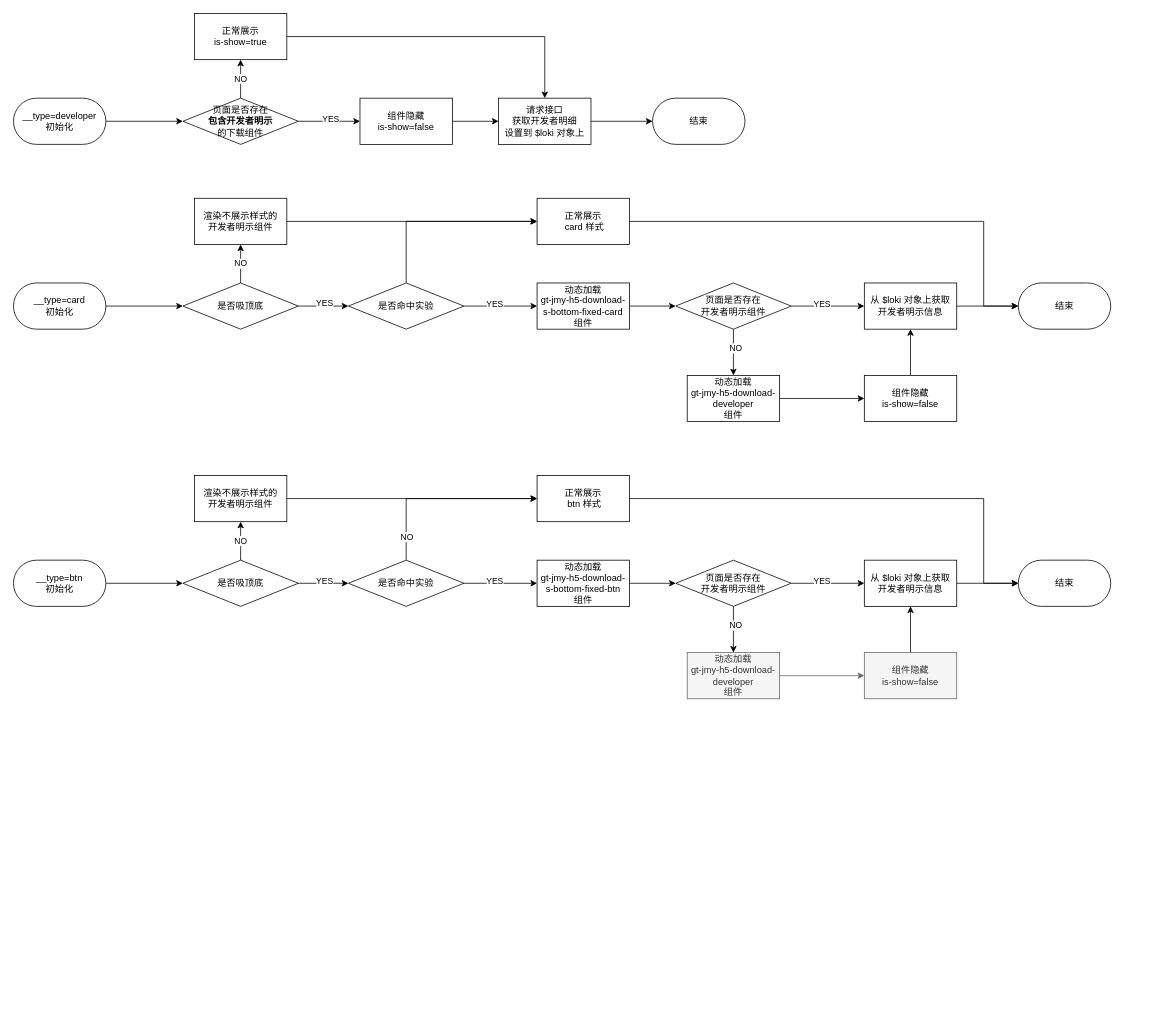
Earlier version of the draw.io diagram 下载吸底.drawio (qqqqqcy/processon). Source tidied: cells renumbered, new cells numbered last; positions are measured from the earlier drawing's top-left corner, leaving out a move shared by most shapes. Both pictures are drawn from the tidied source at 77%, with x=0, y=0 at pixel (13, 13).
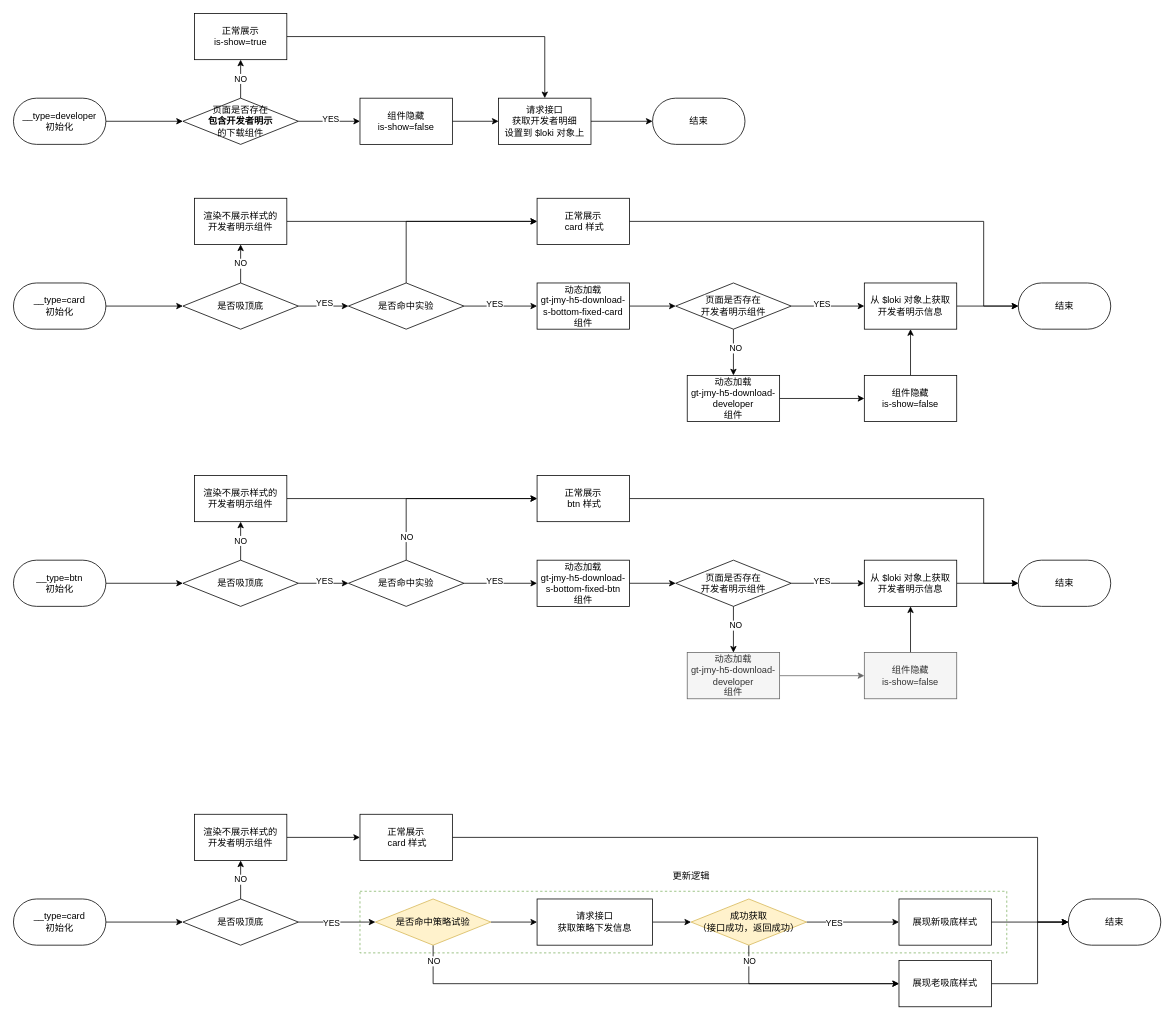
The same diagram, later.

Commit message:
更新新吸底卡片逻辑.drawio

The edit, as a diff of the source:
```diff
@@
+    <mxCell id="72" style="rounded=0;whiteSpace=wrap;html=1;fillColor=none;dashed=1;strokeColor=#82b366;" parent="1" vertex="1">
+      <mxGeometry x="450" y="1140" width="840" height="80" as="geometry" />
+    </mxCell>
@@
+    <mxCell id="73" style="edgeStyle=orthogonalEdgeStyle;rounded=0;jettySize=auto;html=1;" parent="1" edge="1" source="74" target="78">
+      <mxGeometry relative="1" as="geometry" />
+    </mxCell>
+    <mxCell id="74" value="__type=card&lt;br&gt;初始化" style="rounded=1;whiteSpace=wrap;html=1;arcSize=50;" parent="1" vertex="1">
+      <mxGeometry y="1150" width="120" height="60" as="geometry" />
+    </mxCell>
+    <mxCell id="75" value="NO&lt;br&gt;" style="edgeStyle=orthogonalEdgeStyle;rounded=0;jettySize=auto;html=1;" parent="1" edge="1" source="78" target="80">
+      <mxGeometry relative="1" as="geometry">
+        <Array as="points">
+          <mxPoint x="295" y="1090" />
+        </Array>
+      </mxGeometry>
+    </mxCell>
+    <mxCell id="76" style="edgeStyle=orthogonalEdgeStyle;rounded=0;jettySize=auto;html=1;entryX=0;entryY=0.5;entryDx=0;entryDy=0;fontColor=#000000;" parent="1" edge="1" source="78" target="84">
+      <mxGeometry relative="1" as="geometry" />
+    </mxCell>
+    <mxCell id="77" value="YES" style="edgeLabel;html=1;align=center;verticalAlign=middle;fontColor=#000000;" parent="76" vertex="1">
+      <mxGeometry x="-0.16" y="-1" relative="1" as="geometry" />
+    </mxCell>
+    <mxCell id="78" value="是否吸顶底&lt;span&gt;&lt;br&gt;&lt;/span&gt;" style="rhombus;whiteSpace=wrap;html=1;rounded=1;arcSize=0;" parent="1" vertex="1">
+      <mxGeometry x="220" y="1150" width="150" height="60" as="geometry" />
+    </mxCell>
+    <mxCell id="79" style="edgeStyle=orthogonalEdgeStyle;rounded=0;jettySize=auto;html=1;entryX=0;entryY=0.5;entryDx=0;entryDy=0;" parent="1" edge="1" source="80" target="88">
+      <mxGeometry relative="1" as="geometry" />
+    </mxCell>
+    <mxCell id="80" value="渲染不展示样式的&lt;br&gt;开发者明示组件" style="whiteSpace=wrap;html=1;rounded=1;arcSize=0;" parent="1" vertex="1">
+      <mxGeometry x="235" y="1040" width="120" height="60" as="geometry" />
+    </mxCell>
+    <mxCell id="81" style="edgeStyle=orthogonalEdgeStyle;rounded=0;jettySize=auto;html=1;" parent="1" edge="1" source="84" target="86">
+      <mxGeometry relative="1" as="geometry" />
+    </mxCell>
+    <mxCell id="82" style="edgeStyle=orthogonalEdgeStyle;rounded=0;jettySize=auto;html=1;entryX=0;entryY=0.5;entryDx=0;entryDy=0;fontColor=#000000;" parent="1" edge="1" source="84" target="97">
+      <mxGeometry relative="1" as="geometry">
+        <Array as="points">
+          <mxPoint x="545" y="1260" />
+        </Array>
+      </mxGeometry>
+    </mxCell>
+    <mxCell id="83" value="NO" style="edgeLabel;html=1;align=center;verticalAlign=middle;fontColor=#000000;" parent="82" vertex="1">
+      <mxGeometry x="-0.94" relative="1" as="geometry" />
+    </mxCell>
+    <mxCell id="84" value="&lt;span&gt;是否命中策略试验&lt;br&gt;&lt;/span&gt;" style="rhombus;whiteSpace=wrap;html=1;rounded=1;arcSize=0;fillColor=#fff2cc;strokeColor=#d6b656;" parent="1" vertex="1">
+      <mxGeometry x="470" y="1150" width="150" height="60" as="geometry" />
+    </mxCell>
+    <mxCell id="85" style="edgeStyle=orthogonalEdgeStyle;rounded=0;jettySize=auto;html=1;" parent="1" edge="1" source="86" target="93">
+      <mxGeometry relative="1" as="geometry" />
+    </mxCell>
+    <mxCell id="86" value="请求接口&lt;br&gt;获取策略下发信息" style="whiteSpace=wrap;html=1;rounded=1;arcSize=0;" parent="1" vertex="1">
+      <mxGeometry x="680" y="1150" width="150" height="60" as="geometry" />
+    </mxCell>
+    <mxCell id="87" style="edgeStyle=orthogonalEdgeStyle;rounded=0;jettySize=auto;html=1;entryX=0;entryY=0.5;entryDx=0;entryDy=0;fontColor=#000000;" parent="1" edge="1" source="88" target="98">
+      <mxGeometry relative="1" as="geometry">
+        <Array as="points">
+          <mxPoint x="1330" y="1070" />
+          <mxPoint x="1330" y="1180" />
+        </Array>
+      </mxGeometry>
+    </mxCell>
+    <mxCell id="88" value="正常展示&lt;br&gt;&amp;nbsp;card 样式" style="whiteSpace=wrap;html=1;rounded=1;arcSize=0;" parent="1" vertex="1">
+      <mxGeometry x="450" y="1040" width="120" height="60" as="geometry" />
+    </mxCell>
+    <mxCell id="89" style="edgeStyle=orthogonalEdgeStyle;rounded=0;jettySize=auto;html=1;entryX=0;entryY=0.5;entryDx=0;entryDy=0;" parent="1" edge="1" source="93" target="95">
+      <mxGeometry relative="1" as="geometry" />
+    </mxCell>
+    <mxCell id="90" value="YES" style="edgeLabel;html=1;align=center;verticalAlign=middle;" parent="89" vertex="1">
+      <mxGeometry x="-0.17" relative="1" as="geometry">
+        <mxPoint x="-15" as="offset" />
+      </mxGeometry>
+    </mxCell>
+    <mxCell id="91" style="edgeStyle=orthogonalEdgeStyle;rounded=0;jettySize=auto;html=1;entryX=0;entryY=0.5;entryDx=0;entryDy=0;fontColor=#4D4D4D;" parent="1" edge="1" source="93" target="97">
+      <mxGeometry relative="1" as="geometry">
+        <Array as="points">
+          <mxPoint x="955" y="1260" />
+        </Array>
+      </mxGeometry>
+    </mxCell>
+    <mxCell id="92" value="NO" style="edgeLabel;html=1;align=center;verticalAlign=middle;fontColor=#000000;" parent="91" vertex="1">
+      <mxGeometry x="-0.87" y="-7" relative="1" as="geometry">
+        <mxPoint x="7" y="4" as="offset" />
+      </mxGeometry>
+    </mxCell>
+    <mxCell id="93" value="成功获取&lt;br&gt;（接口成功，返回成功）" style="rhombus;whiteSpace=wrap;html=1;rounded=1;arcSize=0;fillColor=#fff2cc;strokeColor=#d6b656;" parent="1" vertex="1">
+      <mxGeometry x="880" y="1150" width="150" height="60" as="geometry" />
+    </mxCell>
+    <mxCell id="94" style="edgeStyle=orthogonalEdgeStyle;rounded=0;jettySize=auto;html=1;fontColor=#000000;" parent="1" edge="1" source="95" target="98">
+      <mxGeometry relative="1" as="geometry" />
+    </mxCell>
+    <mxCell id="95" value="展现新吸底样式" style="whiteSpace=wrap;html=1;rounded=1;arcSize=0;" parent="1" vertex="1">
+      <mxGeometry x="1150" y="1150" width="120" height="60" as="geometry" />
+    </mxCell>
+    <mxCell id="96" style="edgeStyle=orthogonalEdgeStyle;rounded=0;jettySize=auto;html=1;entryX=0;entryY=0.5;entryDx=0;entryDy=0;fontColor=#000000;" parent="1" edge="1" source="97" target="98">
+      <mxGeometry relative="1" as="geometry">
+        <Array as="points">
+          <mxPoint x="1330" y="1260" />
+          <mxPoint x="1330" y="1180" />
+        </Array>
+      </mxGeometry>
+    </mxCell>
+    <mxCell id="97" value="展现老吸底样式" style="whiteSpace=wrap;html=1;rounded=1;arcSize=0;" parent="1" vertex="1">
+      <mxGeometry x="1150" y="1230" width="120" height="60" as="geometry" />
+    </mxCell>
+    <mxCell id="98" value="结束" style="whiteSpace=wrap;html=1;rounded=1;arcSize=50;" parent="1" vertex="1">
+      <mxGeometry x="1370" y="1150" width="120" height="60" as="geometry" />
+    </mxCell>
+    <mxCell id="99" value="更新逻辑&lt;br&gt;" style="text;html=1;align=center;verticalAlign=middle;strokeColor=none;fillColor=none;fontColor=#000000;" parent="1" vertex="1">
+      <mxGeometry x="850" y="1110" width="60" height="20" as="geometry" />
+    </mxCell>
```
